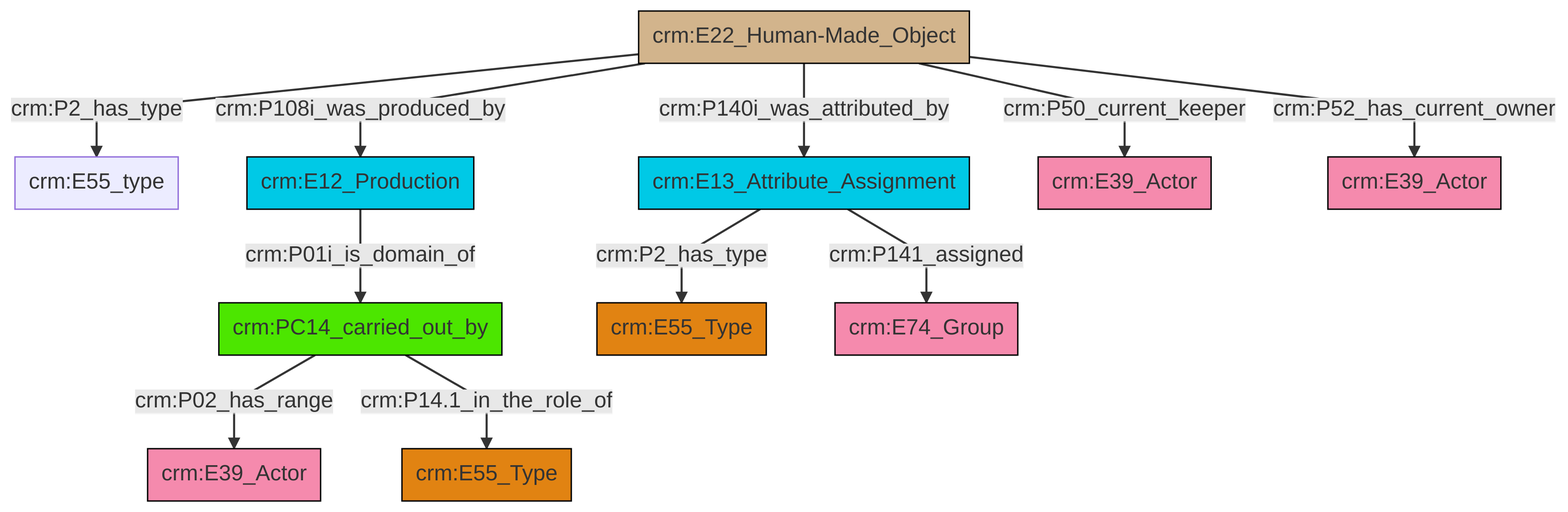
This is et/artworkCSV/ttl/mmd/png/Artwork_Actor_Relations.png from swiss-art-research-net/docs.swissartresearch, a Mermaid export, as it was before one commit. Its source is kept beside it as et/artworkCSV/ttl/mmd/Artwork_Actor_Relations.ttl.mmd.
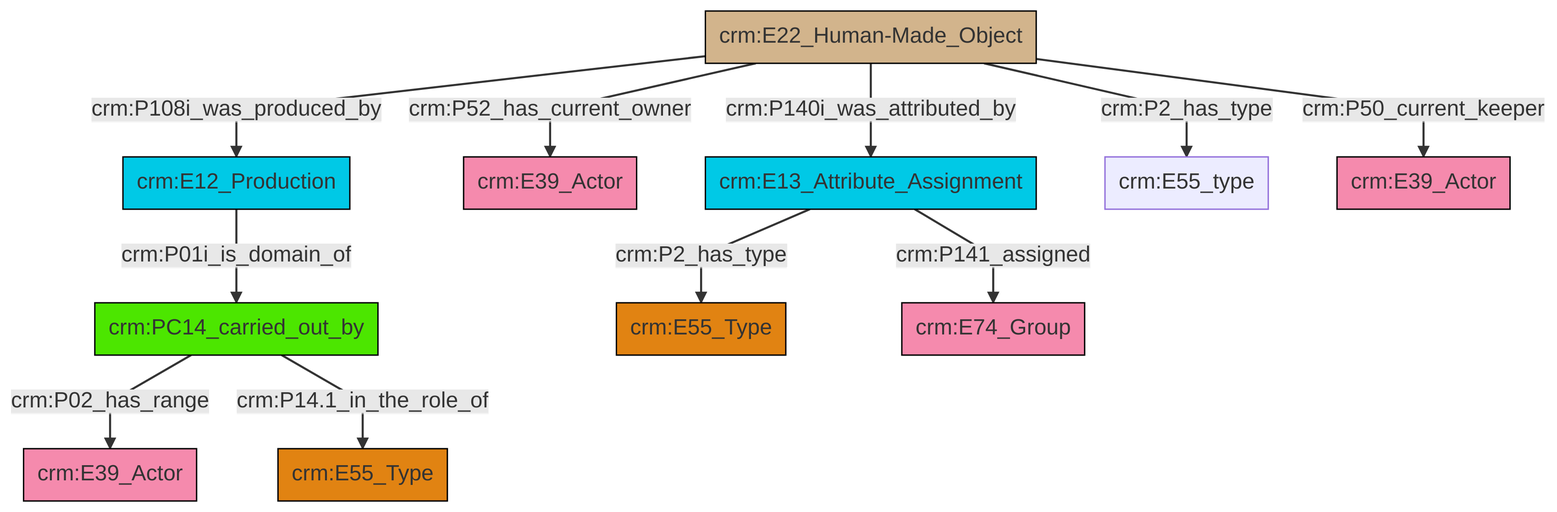
Later version of the same file.

The edit, as a diff of the source:
```diff
@@ -13,13 +13,13 @@
 classDef PC_Classes fill:#4ce600, stroke:#000000;
 classDef Multi fill:#cccccc,stroke:#000000;
 
-2["crm:PC14_carried_out_by"]:::PC_Classes -->|crm:P02_has_range| 3["crm:E39_Actor"]:::Actor
-0["crm:E22_Human-Made_Object"]:::Physical_Thing -->|crm:P2_has_type| 4["crm:E55_type"]:::Default
-0["crm:E22_Human-Made_Object"]:::Physical_Thing -->|crm:P140i_was_attributed_by| 6["crm:E13_Attribute_Assignment"]:::Temporal_Entity
-9["crm:E12_Production"]:::Temporal_Entity -->|crm:P01i_is_domain_of| 2["crm:PC14_carried_out_by"]:::PC_Classes
-6["crm:E13_Attribute_Assignment"]:::Temporal_Entity -->|crm:P141_assigned| 12["crm:E74_Group"]:::Actor
-0["crm:E22_Human-Made_Object"]:::Physical_Thing -->|crm:P108i_was_produced_by| 9["crm:E12_Production"]:::Temporal_Entity
-2["crm:PC14_carried_out_by"]:::PC_Classes -->|crm:P14.1_in_the_role_of| 16["crm:E55_Type"]:::Type
-0["crm:E22_Human-Made_Object"]:::Physical_Thing -->|crm:P50_current_keeper| 10["crm:E39_Actor"]:::Actor
-0["crm:E22_Human-Made_Object"]:::Physical_Thing -->|crm:P52_has_current_owner| 14["crm:E39_Actor"]:::Actor
-6["crm:E13_Attribute_Assignment"]:::Temporal_Entity -->|crm:P2_has_type| 7["crm:E55_Type"]:::Type
+4["crm:E22_Human-Made_Object"]:::Physical_Thing -->|crm:P108i_was_produced_by| 5["crm:E12_Production"]:::Temporal_Entity
+4["crm:E22_Human-Made_Object"]:::Physical_Thing -->|crm:P52_has_current_owner| 7["crm:E39_Actor"]:::Actor
+8["crm:E13_Attribute_Assignment"]:::Temporal_Entity -->|crm:P141_assigned| 9["crm:E74_Group"]:::Actor
+0["crm:PC14_carried_out_by"]:::PC_Classes -->|crm:P02_has_range| 11["crm:E39_Actor"]:::Actor
+8["crm:E13_Attribute_Assignment"]:::Temporal_Entity -->|crm:P2_has_type| 2["crm:E55_Type"]:::Type
+5["crm:E12_Production"]:::Temporal_Entity -->|crm:P01i_is_domain_of| 0["crm:PC14_carried_out_by"]:::PC_Classes
+0["crm:PC14_carried_out_by"]:::PC_Classes -->|crm:P14.1_in_the_role_of| 13["crm:E55_Type"]:::Type
+4["crm:E22_Human-Made_Object"]:::Physical_Thing -->|crm:P50_current_keeper| 21["crm:E39_Actor"]:::Actor
+4["crm:E22_Human-Made_Object"]:::Physical_Thing -->|crm:P2_has_type| 18["crm:E55_type"]:::Default
+4["crm:E22_Human-Made_Object"]:::Physical_Thing -->|crm:P140i_was_attributed_by| 8["crm:E13_Attribute_Assignment"]:::Temporal_Entity
```
